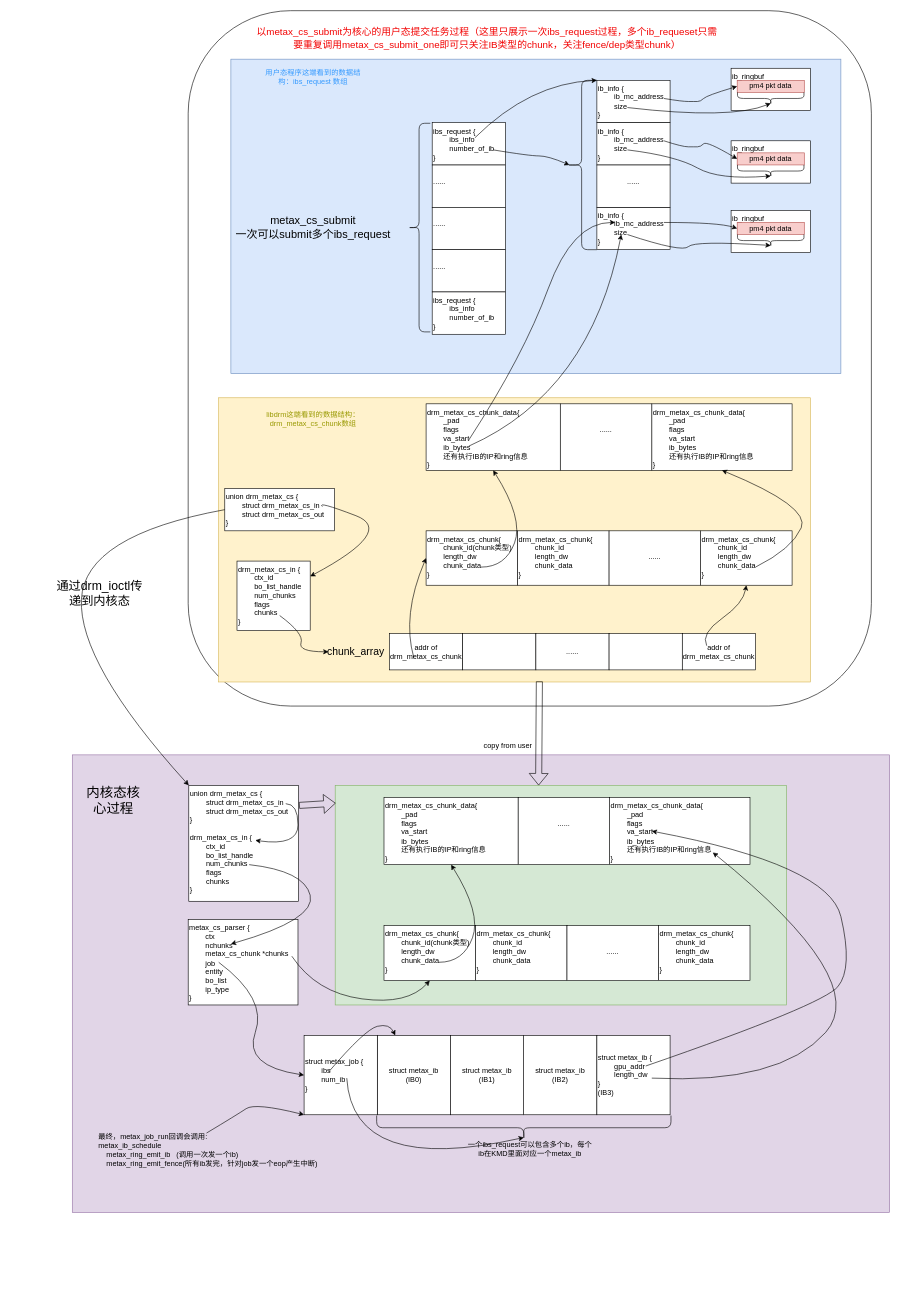
Earlier version of the draw.io diagram libdrm流程分析.drawio (denglin12315/drawio_repo). Source tidied: cells renumbered, new cells numbered last; positions are measured from the earlier drawing's top-left corner, leaving out a move shared by most shapes. Both pictures are drawn from the tidied source at 61%, with x=0, y=0 at pixel (54, 10).
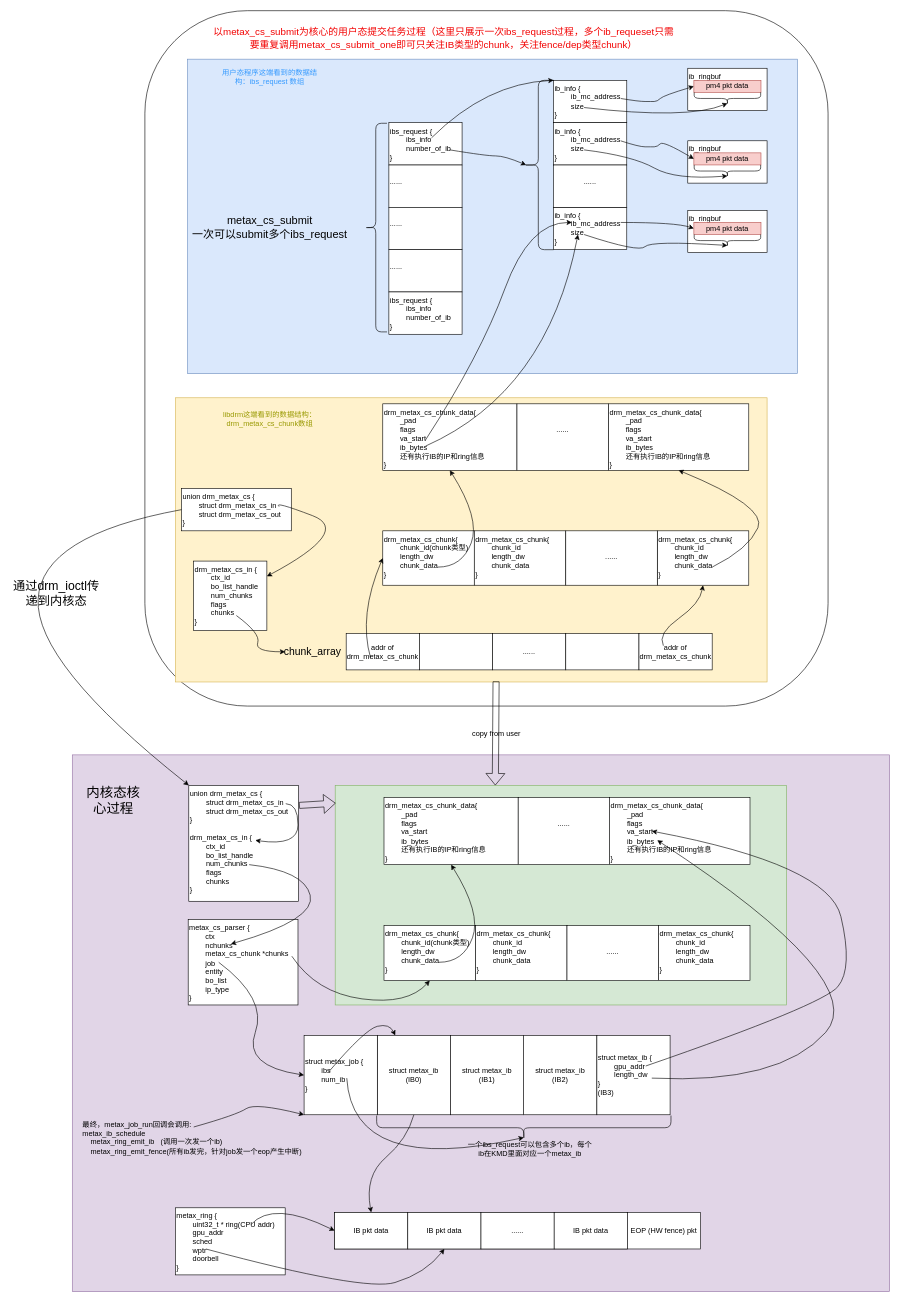
After the change.

Commit message:
更新libdrm流程分析.drawio

The change refers to these unchanged cells:
```xml
<mxCell id="6" style="rounded=0;whiteSpace=wrap;html=1;fillColor=#fff2cc;strokeColor=#d6b656;" parent="4" vertex="1">
  <mxGeometry x="50" y="614.6" width="970" height="465.9" as="geometry" />
</mxCell>
<mxCell id="61" value="union drm_metax_cs {&lt;div&gt;&lt;span style=&quot;white-space: pre;&quot;&gt;&#9;&lt;/span&gt;struct drm_metax_cs_in&lt;br&gt;&lt;/div&gt;&lt;div&gt;&lt;span style=&quot;white-space: pre;&quot;&gt;&#9;&lt;/span&gt;struct drm_metax_cs_out&lt;br&gt;&lt;/div&gt;&lt;div&gt;}&lt;/div&gt;" style="rounded=0;whiteSpace=wrap;html=1;align=left;verticalAlign=top;" parent="4" vertex="1">
  <mxGeometry x="60" y="763.3" width="180" height="69.4" as="geometry" />
</mxCell>
<mxCell id="64" value="union drm_metax_cs {&lt;div&gt;&lt;span style=&quot;white-space: pre;&quot;&gt;&#9;&lt;/span&gt;struct drm_metax_cs_in&lt;br&gt;&lt;/div&gt;&lt;div&gt;&lt;span style=&quot;white-space: pre;&quot;&gt;&#9;&lt;/span&gt;struct drm_metax_cs_out&lt;br&gt;&lt;/div&gt;&lt;div&gt;}&lt;/div&gt;&lt;div&gt;&lt;br&gt;&lt;/div&gt;&lt;div&gt;drm_metax_cs_in {&lt;/div&gt;&lt;div&gt;&lt;span style=&quot;white-space: pre;&quot;&gt;&#9;&lt;/span&gt;ctx_id&lt;br&gt;&lt;/div&gt;&lt;div&gt;&lt;span style=&quot;white-space: pre;&quot;&gt;&#9;&lt;/span&gt;bo_list_handle&lt;br&gt;&lt;/div&gt;&lt;div&gt;&lt;span style=&quot;white-space: pre;&quot;&gt;&#9;&lt;/span&gt;num_chunks&lt;br&gt;&lt;/div&gt;&lt;div&gt;&lt;span style=&quot;white-space: pre;&quot;&gt;&#9;&lt;/span&gt;flags&lt;br&gt;&lt;/div&gt;&lt;div&gt;&lt;span style=&quot;white-space: pre;&quot;&gt;&#9;&lt;/span&gt;chunks&lt;/div&gt;&lt;div&gt;}&lt;/div&gt;" style="rounded=0;whiteSpace=wrap;html=1;align=left;verticalAlign=top;" parent="1" vertex="1">
  <mxGeometry x="221" y="1270" width="180" height="190" as="geometry" />
</mxCell>
<mxCell id="73" value="&lt;div&gt;drm_metax_cs_chunk_data{&lt;div&gt;&lt;span style=&quot;background-color: transparent; color: light-dark(rgb(0, 0, 0), rgb(255, 255, 255));&quot;&gt;&lt;span style=&quot;white-space: pre;&quot;&gt;&#9;&lt;/span&gt;_pad&lt;/span&gt;&lt;/div&gt;&lt;div&gt;&lt;span style=&quot;background-color: transparent; color: light-dark(rgb(0, 0, 0), rgb(255, 255, 255));&quot;&gt;&lt;span style=&quot;white-space: pre;&quot;&gt;&#9;&lt;/span&gt;flags&lt;br&gt;&lt;/span&gt;&lt;/div&gt;&lt;div&gt;&lt;span style=&quot;background-color: transparent; color: light-dark(rgb(0, 0, 0), rgb(255, 255, 255));&quot;&gt;&lt;span style=&quot;white-space: pre;&quot;&gt;&#9;&lt;/span&gt;va_start&lt;br&gt;&lt;/span&gt;&lt;/div&gt;&lt;div&gt;&lt;span style=&quot;background-color: transparent; color: light-dark(rgb(0, 0, 0), rgb(255, 255, 255));&quot;&gt;&lt;span style=&quot;white-space: pre;&quot;&gt;&#9;&lt;/span&gt;ib_bytes&lt;br&gt;&lt;/span&gt;&lt;/div&gt;&lt;div&gt;&lt;span style=&quot;white-space: pre;&quot;&gt;&#9;&lt;/span&gt;还有执行IB的IP和ring信息&lt;br&gt;&lt;/div&gt;&lt;div&gt;&lt;span style=&quot;background-color: transparent; color: light-dark(rgb(0, 0, 0), rgb(255, 255, 255));&quot;&gt;}&lt;/span&gt;&lt;/div&gt;&lt;div&gt;&lt;span style=&quot;background-color: transparent; color: light-dark(rgb(0, 0, 0), rgb(255, 255, 255));&quot;&gt;&lt;br&gt;&lt;/span&gt;&lt;/div&gt;&lt;/div&gt;" style="rounded=0;whiteSpace=wrap;html=1;verticalAlign=top;align=left;" parent="1" vertex="1">
  <mxGeometry x="911" y="1290" width="230" height="110" as="geometry" />
</mxCell>
<mxCell id="82" value="struct metax_ib&lt;div&gt;(IB0)&lt;/div&gt;" style="rounded=0;whiteSpace=wrap;html=1;" parent="1" vertex="1">
  <mxGeometry x="530" y="1680" width="120" height="130" as="geometry" />
</mxCell>
<mxCell id="84" value="struct metax_ib {&lt;div&gt;&lt;span style=&quot;white-space: pre;&quot;&gt;&#9;&lt;/span&gt;gpu_addr&lt;br&gt;&lt;/div&gt;&lt;div&gt;&lt;span style=&quot;white-space: pre;&quot;&gt;&#9;&lt;/span&gt;length_dw&lt;/div&gt;&lt;div&gt;}&lt;div&gt;(IB3)&lt;/div&gt;&lt;/div&gt;" style="rounded=0;whiteSpace=wrap;html=1;align=left;" parent="1" vertex="1">
  <mxGeometry x="890" y="1680" width="120" height="130" as="geometry" />
</mxCell>
<mxCell id="88" value="struct metax_job {&lt;div&gt;&lt;span style=&quot;white-space: pre;&quot;&gt;&#9;&lt;/span&gt;ibs&lt;br&gt;&lt;/div&gt;&lt;div&gt;&lt;span style=&quot;white-space: pre;&quot;&gt;&#9;&lt;/span&gt;num_ib&lt;br&gt;&lt;/div&gt;&lt;div&gt;}&lt;/div&gt;" style="rounded=0;whiteSpace=wrap;html=1;align=left;" parent="1" vertex="1">
  <mxGeometry x="410" y="1680" width="120" height="130" as="geometry" />
</mxCell>
```

The edit, as a diff of the source:
```diff
@@
     <mxCell id="2" style="rounded=0;whiteSpace=wrap;html=1;fillColor=#e1d5e7;strokeColor=#9673a6;" parent="1" vertex="1">
-      <mxGeometry x="30" y="1220" width="1340" height="750" as="geometry" />
+      <mxGeometry x="30" y="1220" width="1340" height="880" as="geometry" />
     </mxCell>
@@
     <mxCell id="4" style="group;" parent="1" vertex="1">
-      <mxGeometry x="220" y="20" width="1120" height="1140" as="geometry" />
+      <mxGeometry x="149" y="20" width="1120" height="1140" as="geometry" />
     </mxCell>
@@
     <mxCell id="65" style="curved=1;endArrow=classic;html=1;rounded=0;entryX=0;entryY=0;entryDx=0;entryDy=0;exitX=0;exitY=0.5;exitDx=0;exitDy=0;" parent="1" edge="1" source="61" target="64">
       <mxGeometry relative="1" as="geometry">
         <Array as="points">
-          <mxPoint x="50" y="860" />
-          <mxPoint x="40" y="1070" />
+          <mxPoint x="-21" y="860" />
+          <mxPoint x="-31" y="1070" />
         </Array>
       </mxGeometry>
     </mxCell>
     <mxCell id="66" value="通过drm_ioctl传递到内核态" style="text;html=1;whiteSpace=wrap;strokeColor=none;fillColor=none;align=center;verticalAlign=middle;rounded=0;fontSize=20;" parent="1" vertex="1">
-      <mxGeometry y="940" width="150" height="30" as="geometry" />
+      <mxGeometry x="-71" y="940" width="150" height="30" as="geometry" />
     </mxCell>
@@
     <mxCell id="77" style="shape=flexArrow;endArrow=classic;html=1;rounded=0;entryX=0.5;entryY=0;entryDx=0;entryDy=0;exitX=0.542;exitY=0.998;exitDx=0;exitDy=0;exitPerimeter=0;" parent="1" edge="1" source="6">
       <mxGeometry relative="1" as="geometry">
-        <mxPoint x="794.5" y="1270" as="targetPoint" />
+        <mxPoint x="723.5" y="1270" as="targetPoint" />
       </mxGeometry>
     </mxCell>
     <mxCell id="78" value="copy from user" style="text;html=1;whiteSpace=wrap;strokeColor=none;fillColor=none;align=center;verticalAlign=middle;rounded=0;" parent="1" vertex="1">
-      <mxGeometry x="680" y="1190" width="129" height="30" as="geometry" />
+      <mxGeometry x="661.2" y="1170" width="129" height="30" as="geometry" />
     </mxCell>
@@
-    <mxCell id="93" style="curved=1;endArrow=classic;html=1;rounded=0;entryX=0.735;entryY=0.818;entryDx=0;entryDy=0;entryPerimeter=0;exitX=0.75;exitY=0.538;exitDx=0;exitDy=0;exitPerimeter=0;" parent="1" edge="1" source="84" target="73">
+    <mxCell id="93" style="curved=1;endArrow=classic;html=1;rounded=0;entryX=0.339;entryY=0.636;entryDx=0;entryDy=0;entryPerimeter=0;exitX=0.75;exitY=0.538;exitDx=0;exitDy=0;exitPerimeter=0;" parent="1" edge="1" source="84" target="73">
       <mxGeometry relative="1" as="geometry">
         <Array as="points">
           <mxPoint x="1190" y="1760" />
           <mxPoint x="1340" y="1590" />
         </Array>
       </mxGeometry>
     </mxCell>
     <mxCell id="94" value="最终，metax_job_run回调会调用:&lt;div&gt;metax_ib_schedule&lt;/div&gt;&lt;div&gt;&amp;nbsp; &amp;nbsp; metax_ring_emit_ib&amp;nbsp; &amp;nbsp;(调用一次发一个ib)&lt;/div&gt;&lt;div&gt;&amp;nbsp; &amp;nbsp; metax_ring_emit_fence(所有ib发完，针对job发一个eop产生中断)&lt;/div&gt;&lt;div&gt;&amp;nbsp; &amp;nbsp;&amp;nbsp;&lt;/div&gt;" style="text;html=1;whiteSpace=wrap;strokeColor=none;fillColor=none;align=left;verticalAlign=middle;rounded=0;" parent="1" vertex="1">
-      <mxGeometry x="71" y="1860" width="390" height="30" as="geometry" />
+      <mxGeometry x="45" y="1840" width="390" height="30" as="geometry" />
     </mxCell>
-    <mxCell id="95" style="curved=1;endArrow=classic;html=1;rounded=0;entryX=0;entryY=1;entryDx=0;entryDy=0;" parent="1" edge="1" target="88">
+    <mxCell id="95" style="curved=1;endArrow=classic;html=1;rounded=0;entryX=0;entryY=1;entryDx=0;entryDy=0;exitX=0.472;exitY=-0.333;exitDx=0;exitDy=0;exitPerimeter=0;" parent="1" edge="1" source="94" target="88">
       <mxGeometry relative="1" as="geometry">
-        <mxPoint x="250" y="1840" as="sourcePoint" />
         <Array as="points">
           <mxPoint x="300" y="1810" />
           <mxPoint x="330" y="1790" />
         </Array>
       </mxGeometry>
     </mxCell>
@@
+    <mxCell id="97" style="rounded=0;whiteSpace=wrap;html=1;" parent="1" vertex="1">
+      <mxGeometry x="460" y="1970" width="479" height="60" as="geometry" />
+    </mxCell>
+    <mxCell id="98" value="IB pkt data" style="rounded=0;whiteSpace=wrap;html=1;" parent="1" vertex="1">
+      <mxGeometry x="460" y="1970" width="120" height="60" as="geometry" />
+    </mxCell>
+    <mxCell id="99" value="IB pkt data" style="rounded=0;whiteSpace=wrap;html=1;" parent="1" vertex="1">
+      <mxGeometry x="580" y="1970" width="120" height="60" as="geometry" />
+    </mxCell>
+    <mxCell id="100" value="......" style="rounded=0;whiteSpace=wrap;html=1;" parent="1" vertex="1">
+      <mxGeometry x="700" y="1970" width="120" height="60" as="geometry" />
+    </mxCell>
+    <mxCell id="101" value="IB pkt data" style="rounded=0;whiteSpace=wrap;html=1;" parent="1" vertex="1">
+      <mxGeometry x="820" y="1970" width="120" height="60" as="geometry" />
+    </mxCell>
+    <mxCell id="102" value="EOP (HW fence) pkt" style="rounded=0;whiteSpace=wrap;html=1;" parent="1" vertex="1">
+      <mxGeometry x="940" y="1970" width="120" height="60" as="geometry" />
+    </mxCell>
+    <mxCell id="103" value="metax_ring {&lt;div&gt;&lt;span style=&quot;white-space: pre;&quot;&gt;&#9;&lt;/span&gt;uint32_t * ring(CPU addr)&lt;br&gt;&lt;/div&gt;&lt;div&gt;&lt;span style=&quot;white-space: pre;&quot;&gt;&#9;&lt;/span&gt;gpu_addr&lt;br&gt;&lt;/div&gt;&lt;div&gt;&lt;span style=&quot;white-space: pre;&quot;&gt;&#9;&lt;/span&gt;sched&lt;br&gt;&lt;/div&gt;&lt;div&gt;&lt;span style=&quot;white-space: pre;&quot;&gt;&#9;&lt;/span&gt;wptr&lt;br&gt;&lt;/div&gt;&lt;div&gt;&lt;span style=&quot;white-space: pre;&quot;&gt;&#9;&lt;/span&gt;doorbell&lt;br&gt;&lt;/div&gt;&lt;div&gt;}&lt;/div&gt;" style="rounded=0;whiteSpace=wrap;html=1;align=left;" parent="1" vertex="1">
+      <mxGeometry x="199" y="1962.5" width="180" height="110" as="geometry" />
+    </mxCell>
+    <mxCell id="104" style="curved=1;endArrow=classic;html=1;rounded=0;entryX=0;entryY=0.5;entryDx=0;entryDy=0;exitX=0.688;exitY=0.25;exitDx=0;exitDy=0;exitPerimeter=0;" parent="1" edge="1" source="103" target="98">
+      <mxGeometry relative="1" as="geometry">
+        <Array as="points">
+          <mxPoint x="359" y="1950" />
+        </Array>
+      </mxGeometry>
+    </mxCell>
+    <mxCell id="105" style="curved=1;endArrow=classic;html=1;rounded=0;entryX=0.5;entryY=1;entryDx=0;entryDy=0;exitX=0.278;exitY=0.614;exitDx=0;exitDy=0;exitPerimeter=0;" parent="1" edge="1" source="103" target="99">
+      <mxGeometry relative="1" as="geometry">
+        <Array as="points">
+          <mxPoint x="509" y="2100" />
+          <mxPoint x="609" y="2070" />
+        </Array>
+      </mxGeometry>
+    </mxCell>
+    <mxCell id="106" style="curved=1;endArrow=classic;html=1;rounded=0;entryX=0.5;entryY=0;entryDx=0;entryDy=0;exitX=0.5;exitY=1;exitDx=0;exitDy=0;" parent="1" edge="1" source="82" target="98">
+      <mxGeometry relative="1" as="geometry">
+        <Array as="points">
+          <mxPoint x="579" y="1850" />
+          <mxPoint x="509" y="1910" />
+        </Array>
+      </mxGeometry>
+    </mxCell>
```
